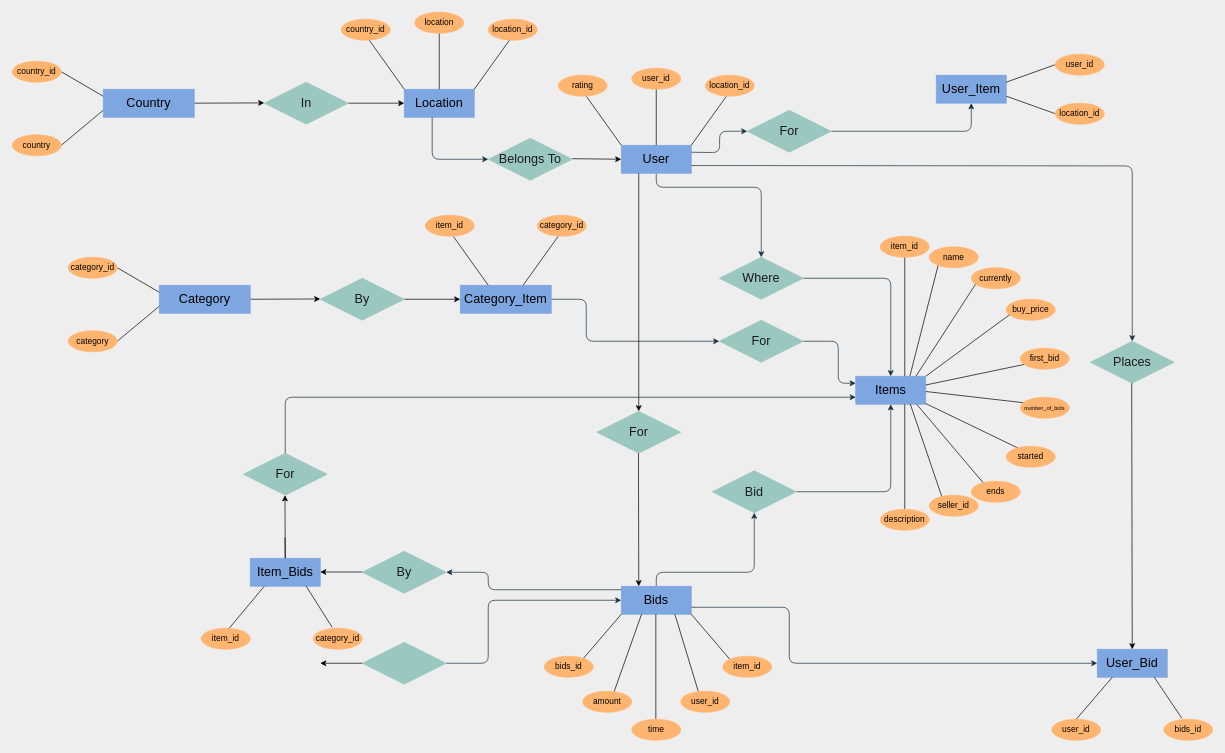
Above: page "ER Model" (2 of 2) of Schema_ER.drawio in a2v4/cs564-er (draw.io), before the change. Source tidied: cells renumbered, new cells numbered last; positions are measured from the earlier drawing's top-left corner, leaving out a move shared by most shapes. Both pictures are drawn from the tidied source at 70%, with x=0, y=0 at pixel (12, 12).
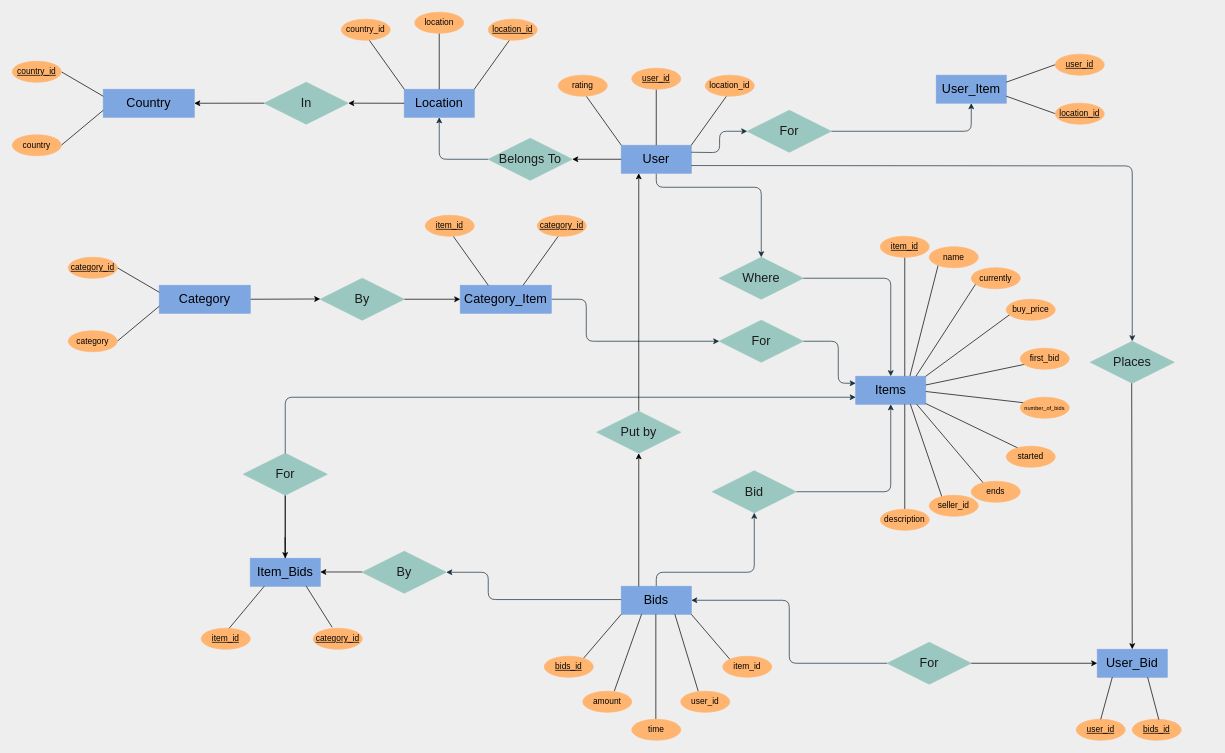
The same diagram, later.

Commit message (it also covers changes not shown here):
add update schema models

Unchanged cells that the change refers to:
```xml
<mxCell id="7" value="User" style="whiteSpace=wrap;html=1;align=center;rounded=0;sketch=0;strokeColor=#7EA6E0;fillColor=#7EA6E0;fontSize=18;" parent="1" vertex="1">
  <mxGeometry x="870" y="190" width="100" height="40" as="geometry" />
</mxCell>
<mxCell id="10" value="Bids" style="whiteSpace=wrap;html=1;align=center;rounded=0;sketch=0;strokeColor=#7EA6E0;fillColor=#7EA6E0;fontSize=18;" parent="1" vertex="1">
  <mxGeometry x="870" y="820" width="100" height="40" as="geometry" />
</mxCell>
<mxCell id="61" value="By" style="shape=rhombus;perimeter=rhombusPerimeter;whiteSpace=wrap;html=1;align=center;rounded=0;sketch=0;fontColor=#1A1A1A;strokeColor=#9AC7BF;fillColor=#9AC7BF;fontSize=18;" parent="1" vertex="1">
  <mxGeometry x="500" y="770" width="120" height="60" as="geometry" />
</mxCell>
<mxCell id="64" value="Item_Bids" style="whiteSpace=wrap;html=1;align=center;rounded=0;sketch=0;strokeColor=#7EA6E0;fillColor=#7EA6E0;fontSize=18;" parent="1" vertex="1">
  <mxGeometry x="340" y="780" width="100" height="40" as="geometry" />
</mxCell>
<mxCell id="65" value="User_Bid" style="whiteSpace=wrap;html=1;align=center;rounded=0;sketch=0;strokeColor=#7EA6E0;fillColor=#7EA6E0;fontSize=18;" parent="1" vertex="1">
  <mxGeometry x="1550" y="910" width="100" height="40" as="geometry" />
</mxCell>
<mxCell id="87" value="Location" style="whiteSpace=wrap;html=1;align=center;rounded=0;sketch=0;strokeColor=#7EA6E0;fillColor=#7EA6E0;fontSize=18;" parent="1" vertex="1">
  <mxGeometry x="560" y="110" width="100" height="40" as="geometry" />
</mxCell>
<mxCell id="89" value="Belongs To" style="shape=rhombus;perimeter=rhombusPerimeter;whiteSpace=wrap;html=1;align=center;fillColor=#9AC7BF;strokeColor=#9AC7BF;fontColor=#1A1A1A;fontSize=18;shadow=0;" parent="1" vertex="1">
  <mxGeometry x="680" y="180" width="120" height="60" as="geometry" />
</mxCell>
<mxCell id="105" value="In" style="shape=rhombus;perimeter=rhombusPerimeter;whiteSpace=wrap;html=1;align=center;fillColor=#9AC7BF;strokeColor=#9AC7BF;fontColor=#1A1A1A;fontSize=18;shadow=0;" parent="1" vertex="1">
  <mxGeometry x="360" y="99.9" width="120" height="60" as="geometry" />
</mxCell>
<mxCell id="107" value="Country" style="whiteSpace=wrap;html=1;align=center;rounded=0;sketch=0;strokeColor=#7EA6E0;fillColor=#7EA6E0;fontSize=18;" parent="1" vertex="1">
  <mxGeometry x="130" y="110" width="130" height="40" as="geometry" />
</mxCell>
```

Diff of the diagram source:
```diff
@@
-    <mxCell id="30" value="item_id" style="ellipse;whiteSpace=wrap;html=1;fillColor=#FFB570;strokeColor=#FFB570;" parent="1" vertex="1">
+    <mxCell id="30" value="&lt;u&gt;item_id&lt;/u&gt;" style="ellipse;whiteSpace=wrap;html=1;fillColor=#FFB570;strokeColor=#FFB570;" parent="1" vertex="1">
       <mxGeometry x="1240" y="320" width="70" height="30" as="geometry" />
     </mxCell>
@@
-    <mxCell id="40" value="bids_id" style="ellipse;whiteSpace=wrap;html=1;fillColor=#FFB570;strokeColor=#FFB570;" parent="1" vertex="1">
+    <mxCell id="40" value="&lt;u&gt;bids_id&lt;/u&gt;" style="ellipse;whiteSpace=wrap;html=1;fillColor=#FFB570;strokeColor=#FFB570;" parent="1" vertex="1">
       <mxGeometry x="760" y="920" width="70" height="30" as="geometry" />
     </mxCell>
@@
-    <mxCell id="47" value="item_id" style="ellipse;whiteSpace=wrap;html=1;fillColor=#FFB570;strokeColor=#FFB570;" parent="1" vertex="1">
+    <mxCell id="47" value="&lt;u&gt;item_id&lt;/u&gt;" style="ellipse;whiteSpace=wrap;html=1;fillColor=#FFB570;strokeColor=#FFB570;" parent="1" vertex="1">
       <mxGeometry x="590" y="290" width="70" height="30" as="geometry" />
     </mxCell>
-    <mxCell id="48" value="category_id" style="ellipse;whiteSpace=wrap;html=1;fillColor=#FFB570;strokeColor=#FFB570;" parent="1" vertex="1">
+    <mxCell id="48" value="&lt;u&gt;category_id&lt;/u&gt;" style="ellipse;whiteSpace=wrap;html=1;fillColor=#FFB570;strokeColor=#FFB570;" parent="1" vertex="1">
       <mxGeometry x="750" y="290" width="70" height="30" as="geometry" />
     </mxCell>
@@
-    <mxCell id="55" value="category_id" style="ellipse;whiteSpace=wrap;html=1;fillColor=#FFB570;strokeColor=#FFB570;" parent="1" vertex="1">
+    <mxCell id="55" value="&lt;u&gt;category_id&lt;/u&gt;" style="ellipse;whiteSpace=wrap;html=1;fillColor=#FFB570;strokeColor=#FFB570;" parent="1" vertex="1">
       <mxGeometry x="80" y="350" width="70" height="30" as="geometry" />
     </mxCell>
@@
-    <mxCell id="57" style="edgeStyle=orthogonalEdgeStyle;curved=0;rounded=1;sketch=0;orthogonalLoop=1;jettySize=auto;html=1;fontColor=#1A1A1A;strokeColor=#182E3E;fontSize=18;entryX=0;entryY=0.5;entryDx=0;entryDy=0;" parent="1" edge="1">
-      <mxGeometry relative="1" as="geometry">
-        <mxPoint x="620" y="930" as="sourcePoint" />
-        <mxPoint x="870" y="840" as="targetPoint" />
-        <Array as="points">
-          <mxPoint x="630" y="930" />
-          <mxPoint x="680" y="930" />
-          <mxPoint x="680" y="840" />
-        </Array>
-      </mxGeometry>
-    </mxCell>
-    <mxCell id="58" style="edgeStyle=orthogonalEdgeStyle;curved=0;rounded=1;sketch=0;orthogonalLoop=1;jettySize=auto;html=1;fontColor=#1A1A1A;strokeColor=#182E3E;fontSize=18;exitX=0.5;exitY=0;exitDx=0;exitDy=0;" parent="1" edge="1">
+    <mxCell id="58" style="edgeStyle=orthogonalEdgeStyle;curved=0;rounded=1;sketch=0;jettySize=auto;html=1;fontColor=#1A1A1A;strokeColor=#182E3E;fontSize=18;exitX=0.5;exitY=0;exitDx=0;exitDy=0;entryX=1;entryY=0.5;entryDx=0;entryDy=0;" parent="1" edge="1" target="61">
       <mxGeometry relative="1" as="geometry">
-        <mxPoint x="870" y="825" as="sourcePoint" />
-        <mxPoint x="620" y="800" as="targetPoint" />
+        <mxPoint x="870" y="839" as="sourcePoint" />
         <Array as="points">
-          <mxPoint x="680" y="825" />
+          <mxPoint x="680" y="839" />
           <mxPoint x="680" y="800" />
-          <mxPoint x="620" y="800" />
         </Array>
       </mxGeometry>
     </mxCell>
-    <mxCell id="59" style="edgeStyle=orthogonalEdgeStyle;curved=0;rounded=1;sketch=0;jettySize=auto;html=1;fontColor=#1A1A1A;strokeColor=#182E3E;fontSize=18;exitX=0.5;exitY=0;exitDx=0;exitDy=0;entryX=0;entryY=0.5;entryDx=0;entryDy=0;" parent="1" edge="1" target="65">
+    <mxCell id="59" style="edgeStyle=orthogonalEdgeStyle;curved=0;rounded=1;sketch=0;jettySize=auto;html=1;fontColor=#1A1A1A;strokeColor=#182E3E;fontSize=18;exitX=0;exitY=0.5;exitDx=0;exitDy=0;entryX=1;entryY=0.5;entryDx=0;entryDy=0;" parent="1" edge="1" source="116" target="10">
       <mxGeometry relative="1" as="geometry">
-        <mxPoint x="970" y="850" as="sourcePoint" />
         <Array as="points">
-          <mxPoint x="1110" y="850" />
           <mxPoint x="1110" y="930" />
+          <mxPoint x="1110" y="840" />
         </Array>
       </mxGeometry>
     </mxCell>
-    <mxCell id="60" style="shape=rhombus;perimeter=rhombusPerimeter;whiteSpace=wrap;html=1;align=center;rounded=0;sketch=0;fontColor=#1A1A1A;strokeColor=#9AC7BF;fillColor=#9AC7BF;fontSize=18;" parent="1" vertex="1">
-      <mxGeometry x="500" y="900" width="120" height="60" as="geometry" />
-    </mxCell>
@@
-    <mxCell id="62" style="endArrow=classic;html=1;rounded=0;fontSize=8;" parent="1" edge="1">
-      <mxGeometry relative="1" as="geometry">
-        <mxPoint x="500" y="930" as="sourcePoint" />
-        <mxPoint x="440" y="930" as="targetPoint" />
-      </mxGeometry>
-    </mxCell>
@@
+    <mxCell id="115" style="edgeStyle=orthogonalEdgeStyle;rounded=0;jettySize=auto;html=1;" parent="1" edge="1" source="64">
+      <mxGeometry relative="1" as="geometry">
+        <mxPoint x="390" y="790" as="targetPoint" />
+        <Array as="points">
+          <mxPoint x="390" y="690" />
+          <mxPoint x="390" y="690" />
+        </Array>
+      </mxGeometry>
+    </mxCell>
@@
-    <mxCell id="66" value="user_id" style="ellipse;whiteSpace=wrap;html=1;fillColor=#FFB570;strokeColor=#FFB570;" parent="1" vertex="1">
-      <mxGeometry x="1485" y="1010" width="70" height="30" as="geometry" />
+    <mxCell id="66" value="&lt;u&gt;user_id&lt;/u&gt;" style="ellipse;whiteSpace=wrap;html=1;fillColor=#FFB570;strokeColor=#FFB570;" parent="1" vertex="1">
+      <mxGeometry x="1520" y="1010" width="70" height="30" as="geometry" />
     </mxCell>
-    <mxCell id="67" value="bids_id" style="ellipse;whiteSpace=wrap;html=1;fillColor=#FFB570;strokeColor=#FFB570;" parent="1" vertex="1">
-      <mxGeometry x="1645" y="1010" width="70" height="30" as="geometry" />
+    <mxCell id="67" value="&lt;u&gt;bids_id&lt;/u&gt;" style="ellipse;whiteSpace=wrap;html=1;fillColor=#FFB570;strokeColor=#FFB570;" parent="1" vertex="1">
+      <mxGeometry x="1600" y="1010" width="70" height="30" as="geometry" />
     </mxCell>
-    <mxCell id="68" value="item_id" style="ellipse;whiteSpace=wrap;html=1;fillColor=#FFB570;strokeColor=#FFB570;" parent="1" vertex="1">
+    <mxCell id="68" value="&lt;u&gt;item_id&lt;/u&gt;" style="ellipse;whiteSpace=wrap;html=1;fillColor=#FFB570;strokeColor=#FFB570;" parent="1" vertex="1">
       <mxGeometry x="270" y="880" width="70" height="30" as="geometry" />
     </mxCell>
-    <mxCell id="69" value="category_id" style="ellipse;whiteSpace=wrap;html=1;fillColor=#FFB570;strokeColor=#FFB570;" parent="1" vertex="1">
+    <mxCell id="69" value="&lt;u&gt;category_id&lt;/u&gt;" style="ellipse;whiteSpace=wrap;html=1;fillColor=#FFB570;strokeColor=#FFB570;" parent="1" vertex="1">
       <mxGeometry x="430" y="880" width="70" height="30" as="geometry" />
     </mxCell>
@@
-    <mxCell id="73" style="endArrow=none;html=1;rounded=0;fontSize=8;exitX=0.37;exitY=-0.044;exitDx=0;exitDy=0;exitPerimeter=0;" parent="1" edge="1" source="67">
+    <mxCell id="73" style="endArrow=none;html=1;rounded=0;fontSize=8;exitX=0.329;exitY=0.017;exitDx=0;exitDy=0;entryX=0.75;entryY=1;entryDx=0;entryDy=0;exitPerimeter=0;" parent="1" edge="1">
       <mxGeometry relative="1" as="geometry">
-        <mxPoint x="1631.5" y="950" as="targetPoint" />
+        <mxPoint x="1638" y="1010.5" as="sourcePoint" />
+        <mxPoint x="1622" y="950" as="targetPoint" />
       </mxGeometry>
     </mxCell>
@@
-    <mxCell id="79" value="user_id" style="ellipse;whiteSpace=wrap;html=1;fillColor=#FFB570;strokeColor=#FFB570;" parent="1" vertex="1">
+    <mxCell id="79" value="&lt;u&gt;user_id&lt;/u&gt;" style="ellipse;whiteSpace=wrap;html=1;fillColor=#FFB570;strokeColor=#FFB570;" parent="1" vertex="1">
       <mxGeometry x="885" y="80" width="70" height="30" as="geometry" />
     </mxCell>
-    <mxCell id="80" style="endArrow=classic;html=1;rounded=0;fontSize=8;exitX=0.25;exitY=1;exitDx=0;exitDy=0;" parent="1" edge="1" source="7">
-      <mxGeometry relative="1" as="geometry">
-        <mxPoint x="895" y="570" as="targetPoint" />
-      </mxGeometry>
+    <mxCell id="80" style="endArrow=classic;html=1;rounded=0;fontSize=8;exitX=0.5;exitY=0;exitDx=0;exitDy=0;entryX=0.25;entryY=1;entryDx=0;entryDy=0;" parent="1" edge="1" source="81" target="7">
+      <mxGeometry relative="1" as="geometry" />
     </mxCell>
-    <mxCell id="81" value="For" style="shape=rhombus;perimeter=rhombusPerimeter;whiteSpace=wrap;html=1;align=center;fillColor=#9AC7BF;strokeColor=#9AC7BF;fontColor=#1A1A1A;fontSize=18;shadow=0;" parent="1" vertex="1">
+    <mxCell id="81" value="Put by" style="shape=rhombus;perimeter=rhombusPerimeter;whiteSpace=wrap;html=1;align=center;fillColor=#9AC7BF;strokeColor=#9AC7BF;fontColor=#1A1A1A;fontSize=18;shadow=0;" parent="1" vertex="1">
       <mxGeometry x="835" y="570" width="120" height="60" as="geometry" />
     </mxCell>
-    <mxCell id="82" style="endArrow=classic;html=1;rounded=0;fontSize=8;" parent="1" edge="1">
-      <mxGeometry relative="1" as="geometry">
-        <mxPoint x="894.6" y="630" as="sourcePoint" />
-        <mxPoint x="895" y="820" as="targetPoint" />
-      </mxGeometry>
+    <mxCell id="82" style="endArrow=classic;html=1;rounded=0;fontSize=8;exitX=0.25;exitY=0;exitDx=0;exitDy=0;entryX=0.5;entryY=1;entryDx=0;entryDy=0;" parent="1" edge="1" source="10" target="81">
+      <mxGeometry relative="1" as="geometry" />
     </mxCell>
@@
-    <mxCell id="88" style="edgeStyle=orthogonalEdgeStyle;curved=0;rounded=1;sketch=0;orthogonalLoop=1;jettySize=auto;html=1;fontColor=#1A1A1A;strokeColor=#182E3E;fontSize=18;exitX=0.5;exitY=1;exitDx=0;exitDy=0;" parent="1" edge="1">
+    <mxCell id="88" style="edgeStyle=orthogonalEdgeStyle;curved=0;rounded=1;sketch=0;jettySize=auto;html=1;fontColor=#1A1A1A;strokeColor=#182E3E;fontSize=18;exitX=0;exitY=0.5;exitDx=0;exitDy=0;" parent="1" edge="1" source="89" target="87">
       <mxGeometry relative="1" as="geometry">
-        <mxPoint x="599.9" y="150" as="sourcePoint" />
-        <mxPoint x="680" y="210" as="targetPoint" />
         <Array as="points">
-          <mxPoint x="600" y="210" />
+          <mxPoint x="610" y="210" />
         </Array>
       </mxGeometry>
     </mxCell>
@@
-    <mxCell id="90" style="endArrow=classic;html=1;rounded=0;fontSize=8;entryX=0;entryY=0.5;entryDx=0;entryDy=0;" parent="1" edge="1" target="7">
-      <mxGeometry relative="1" as="geometry">
-        <mxPoint x="800" y="209.2" as="sourcePoint" />
-      </mxGeometry>
+    <mxCell id="90" style="endArrow=classic;html=1;rounded=0;fontSize=8;exitX=0;exitY=0.5;exitDx=0;exitDy=0;" parent="1" edge="1" source="7" target="89">
+      <mxGeometry relative="1" as="geometry" />
     </mxCell>
@@
-    <mxCell id="96" value="user_id" style="ellipse;whiteSpace=wrap;html=1;fillColor=#FFB570;strokeColor=#FFB570;" parent="1" vertex="1">
+    <mxCell id="96" value="&lt;u&gt;user_id&lt;/u&gt;" style="ellipse;whiteSpace=wrap;html=1;fillColor=#FFB570;strokeColor=#FFB570;" parent="1" vertex="1">
       <mxGeometry x="1490" y="59.9" width="70" height="30" as="geometry" />
     </mxCell>
-    <mxCell id="97" value="location_id" style="ellipse;whiteSpace=wrap;html=1;fillColor=#FFB570;strokeColor=#FFB570;" parent="1" vertex="1">
+    <mxCell id="97" value="&lt;u&gt;location_id&lt;/u&gt;" style="ellipse;whiteSpace=wrap;html=1;fillColor=#FFB570;strokeColor=#FFB570;" parent="1" vertex="1">
       <mxGeometry x="1490" y="129.9" width="70" height="30" as="geometry" />
     </mxCell>
@@
-    <mxCell id="101" value="location_id" style="ellipse;whiteSpace=wrap;html=1;fillColor=#FFB570;strokeColor=#FFB570;" parent="1" vertex="1">
+    <mxCell id="101" value="&lt;u&gt;location_id&lt;/u&gt;" style="ellipse;whiteSpace=wrap;html=1;fillColor=#FFB570;strokeColor=#FFB570;" parent="1" vertex="1">
       <mxGeometry x="680" y="9.9" width="70" height="30" as="geometry" />
     </mxCell>
@@
-    <mxCell id="104" style="endArrow=classic;html=1;rounded=0;fontSize=8;entryX=0;entryY=0.5;entryDx=0;entryDy=0;" parent="1" edge="1">
-      <mxGeometry relative="1" as="geometry">
-        <mxPoint x="480" y="129.9" as="sourcePoint" />
-        <mxPoint x="560" y="129.9" as="targetPoint" />
-      </mxGeometry>
+    <mxCell id="104" style="endArrow=classic;html=1;rounded=0;fontSize=8;exitX=0;exitY=0.5;exitDx=0;exitDy=0;entryX=1;entryY=0.5;entryDx=0;entryDy=0;" parent="1" edge="1" source="87" target="105">
+      <mxGeometry relative="1" as="geometry" />
     </mxCell>
@@
-    <mxCell id="106" style="endArrow=classic;html=1;rounded=0;fontSize=8;entryX=0;entryY=0.5;entryDx=0;entryDy=0;" parent="1" edge="1">
-      <mxGeometry relative="1" as="geometry">
-        <mxPoint x="260" y="129.9" as="sourcePoint" />
-        <mxPoint x="360" y="129.5" as="targetPoint" />
-      </mxGeometry>
+    <mxCell id="106" style="endArrow=classic;html=1;rounded=0;fontSize=8;exitX=0;exitY=0.5;exitDx=0;exitDy=0;entryX=1;entryY=0.5;entryDx=0;entryDy=0;" parent="1" edge="1" source="105" target="107">
+      <mxGeometry relative="1" as="geometry" />
     </mxCell>
@@
-    <mxCell id="110" value="country_id" style="ellipse;whiteSpace=wrap;html=1;fillColor=#FFB570;strokeColor=#FFB570;" parent="1" vertex="1">
+    <mxCell id="110" value="&lt;u&gt;country_id&lt;/u&gt;" style="ellipse;whiteSpace=wrap;html=1;fillColor=#FFB570;strokeColor=#FFB570;" parent="1" vertex="1">
       <mxGeometry y="70" width="70" height="30" as="geometry" />
     </mxCell>
@@
     <mxCell id="114" style="endArrow=classic;html=1;rounded=0;fontSize=8;" parent="1" edge="1">
       <mxGeometry relative="1" as="geometry">
         <mxPoint x="389.6" y="750" as="sourcePoint" />
-        <mxPoint x="389.6" y="690" as="targetPoint" />
+        <mxPoint x="390" y="780" as="targetPoint" />
         <Array as="points">
           <mxPoint x="390" y="780" />
         </Array>
       </mxGeometry>
     </mxCell>
+    <mxCell id="116" value="For" style="shape=rhombus;perimeter=rhombusPerimeter;whiteSpace=wrap;html=1;align=center;rounded=0;sketch=0;fontColor=#1A1A1A;strokeColor=#9AC7BF;fillColor=#9AC7BF;fontSize=18;" parent="1" vertex="1">
+      <mxGeometry x="1250" y="900" width="120" height="60" as="geometry" />
+    </mxCell>
+    <mxCell id="117" style="endArrow=classic;html=1;rounded=0;fontSize=8;entryX=0;entryY=0.5;entryDx=0;entryDy=0;exitX=1;exitY=0.5;exitDx=0;exitDy=0;" parent="1" edge="1" source="116" target="65">
+      <mxGeometry relative="1" as="geometry" />
+    </mxCell>
```
